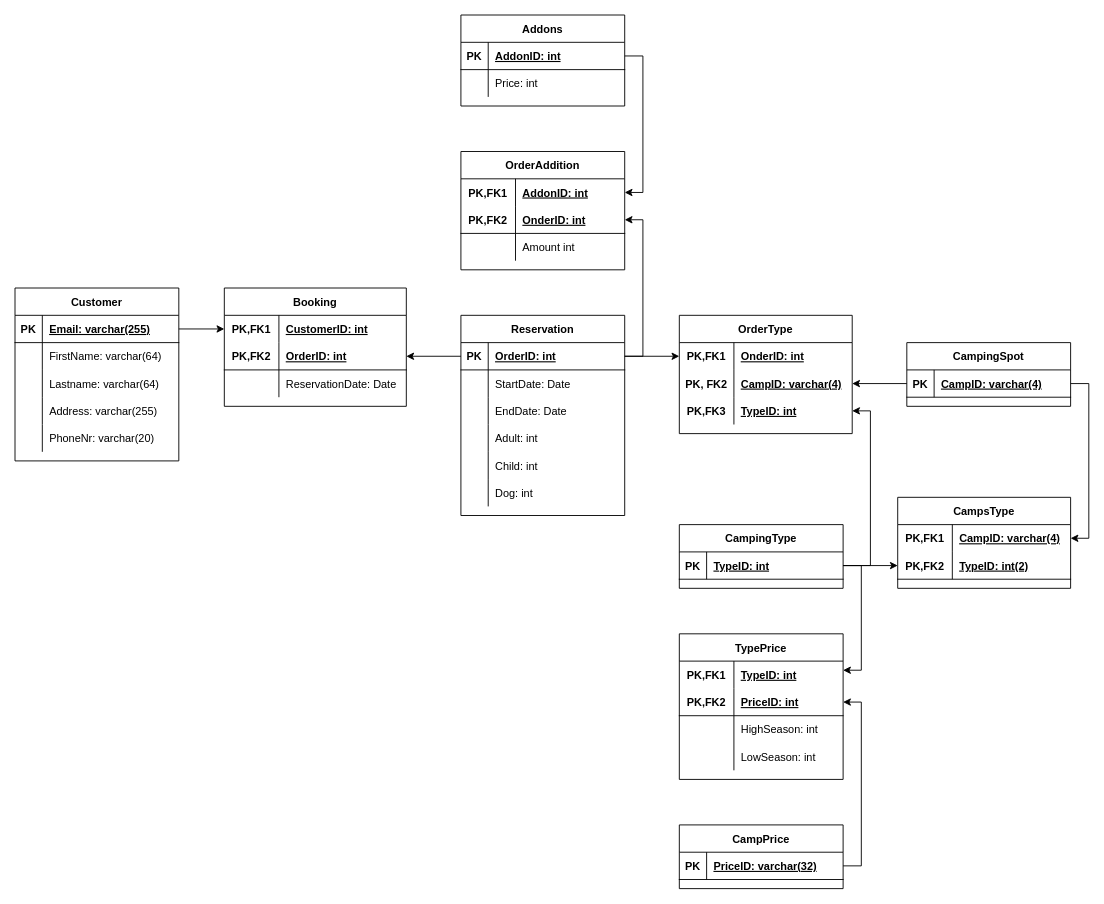
Sandell390/ZAPWebsite keeps this draw.io diagram as ZAPWebsite/Dokumentation/rds (1).drawio. Above is the earlier version. Source tidied: cells renumbered, new cells numbered last; positions are measured from the earlier drawing's top-left corner, leaving out a move shared by most shapes. Both pictures are drawn from the tidied source at 91%, with x=0, y=0 at pixel (15, 15).
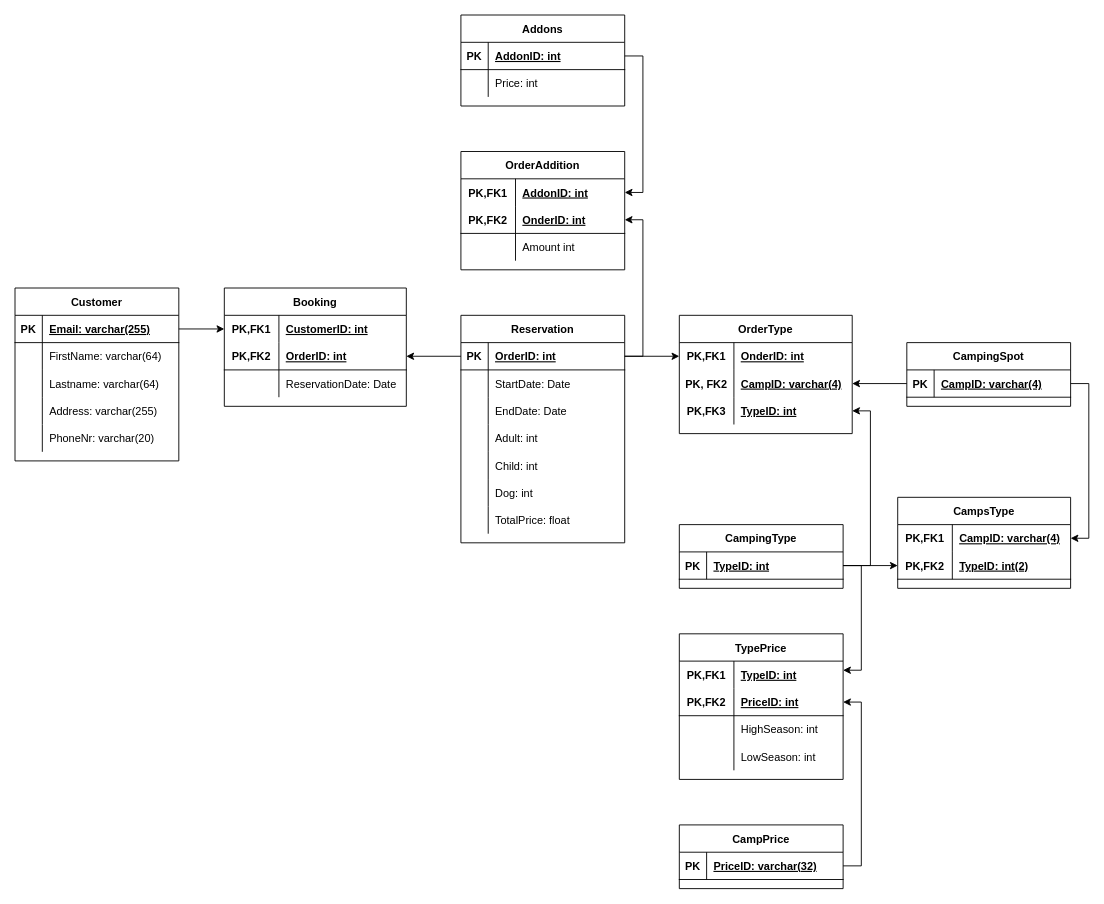
After the change.

What changed in the source:
```diff
@@
     <mxCell id="33" value="Reservation" style="shape=table;startSize=30;childLayout=tableLayout;rowLines=0;fontStyle=1;align=center;" parent="1" vertex="1">
-      <mxGeometry x="490" y="330" width="180" height="220" as="geometry" />
+      <mxGeometry x="490" y="330" width="180" height="250" as="geometry" />
     </mxCell>
@@
+    <mxCell id="117" style="shape=partialRectangle;fillColor=none;top=0;left=0;bottom=0;right=0;" parent="33" vertex="1">
+      <mxGeometry y="210" width="180" height="30" as="geometry" />
+    </mxCell>
+    <mxCell id="118" style="shape=partialRectangle;fillColor=none;top=0;left=0;bottom=0;right=0;overflow=hidden;" parent="117" vertex="1">
+      <mxGeometry width="30" height="30" as="geometry" />
+    </mxCell>
+    <mxCell id="119" value="TotalPrice: float" style="shape=partialRectangle;fillColor=none;top=0;left=0;bottom=0;right=0;align=left;spacingLeft=6;overflow=hidden;" parent="117" vertex="1">
+      <mxGeometry x="30" width="150" height="30" as="geometry" />
+    </mxCell>
```
